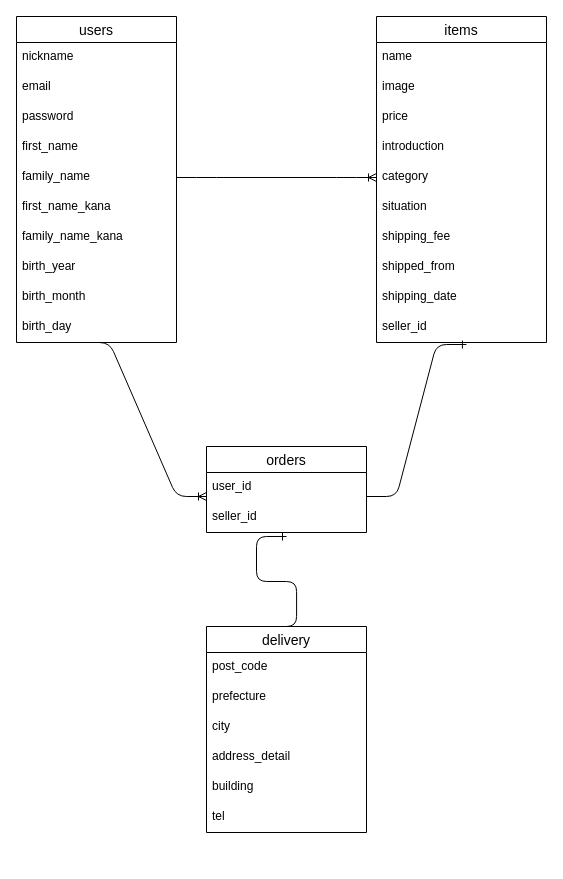
This is ER.dio from rokixiansheng/furima-41790, a draw.io file, before an edit. Source tidied: cells renumbered, new cells numbered last; positions are measured from the earlier drawing's top-left corner, leaving out a move shared by most shapes. Both pictures are drawn from the tidied source at 100%, with x=0, y=0 at pixel (16, 16).
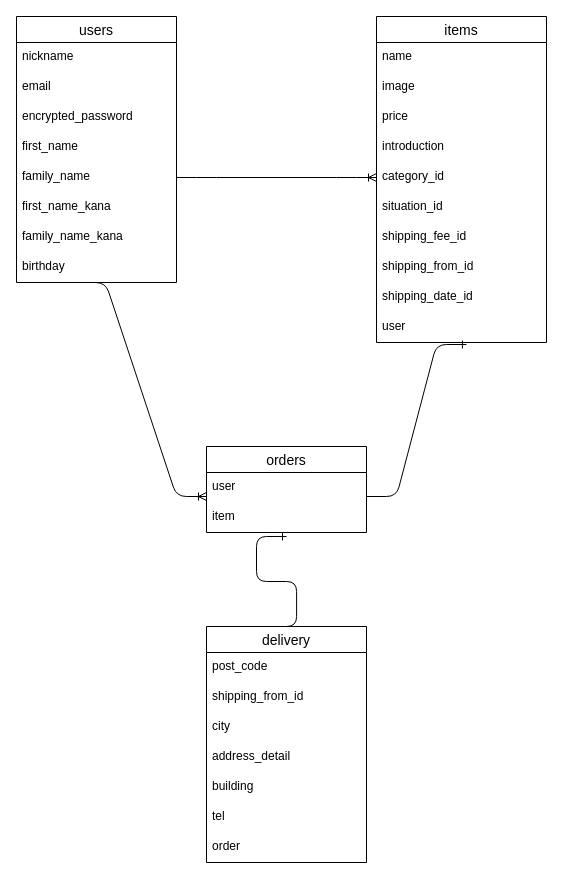
The same diagram, later.

Commit message (it also covers changes not shown here):
データベース設計③

The change refers to these unchanged cells:
```xml
<mxCell id="13" value="items" style="swimlane;fontStyle=0;horizontal=1;startSize=26;align=center;fontSize=14;" parent="1" vertex="1">
  <mxGeometry x="360" width="170" height="326" as="geometry" />
</mxCell>
<mxCell id="24" value="orders" style="swimlane;fontStyle=0;horizontal=1;startSize=26;align=center;fontSize=14;" parent="1" vertex="1">
  <mxGeometry x="190" y="430" width="160" height="86" as="geometry" />
</mxCell>
```

Change to the diagram source:
```diff
@@
     <mxCell id="2" value="users" style="swimlane;fontStyle=0;horizontal=1;startSize=26;align=center;fontSize=14;" parent="1" vertex="1">
-      <mxGeometry width="160" height="326" as="geometry" />
+      <mxGeometry width="160" height="266" as="geometry" />
     </mxCell>
@@
-    <mxCell id="5" value="password" style="text;strokeColor=none;fillColor=none;spacingLeft=4;spacingRight=4;overflow=hidden;fontSize=12;" parent="2" vertex="1">
-      <mxGeometry y="86" width="160" height="30" as="geometry" />
-    </mxCell>
+    <mxCell id="38" value="encrypted_password" style="text;strokeColor=none;fillColor=none;spacingLeft=4;spacingRight=4;overflow=hidden;fontSize=12;" parent="2" vertex="1">
+      <mxGeometry y="86" width="160" height="30" as="geometry" />
+    </mxCell>
@@
-    <mxCell id="10" value="birth_year" style="text;strokeColor=none;fillColor=none;spacingLeft=4;spacingRight=4;overflow=hidden;points=[[0,0.5],[1,0.5]];portConstraint=eastwest;fontSize=12;" parent="2" vertex="1">
+    <mxCell id="10" value="birthday" style="text;strokeColor=none;fillColor=none;spacingLeft=4;spacingRight=4;overflow=hidden;points=[[0,0.5],[1,0.5]];portConstraint=eastwest;fontSize=12;" parent="2" vertex="1">
       <mxGeometry y="236" width="160" height="30" as="geometry" />
     </mxCell>
-    <mxCell id="11" value="birth_month" style="text;strokeColor=none;fillColor=none;spacingLeft=4;spacingRight=4;overflow=hidden;fontSize=12;" parent="2" vertex="1">
-      <mxGeometry y="266" width="160" height="30" as="geometry" />
-    </mxCell>
-    <mxCell id="12" value="birth_day" style="text;strokeColor=none;fillColor=none;spacingLeft=4;spacingRight=4;overflow=hidden;points=[[0,0.5],[1,0.5]];portConstraint=eastwest;fontSize=12;" parent="2" vertex="1">
-      <mxGeometry y="296" width="160" height="30" as="geometry" />
-    </mxCell>
@@
-    <mxCell id="18" value="category" style="text;strokeColor=none;fillColor=none;spacingLeft=4;spacingRight=4;overflow=hidden;points=[[0,0.5],[1,0.5]];portConstraint=eastwest;fontSize=12;" parent="13" vertex="1">
+    <mxCell id="18" value="category_id" style="text;strokeColor=none;fillColor=none;spacingLeft=4;spacingRight=4;overflow=hidden;points=[[0,0.5],[1,0.5]];portConstraint=eastwest;fontSize=12;" parent="13" vertex="1">
       <mxGeometry y="146" width="170" height="30" as="geometry" />
     </mxCell>
-    <mxCell id="19" value="situation" style="text;strokeColor=none;fillColor=none;spacingLeft=4;spacingRight=4;overflow=hidden;fontSize=12;" parent="13" vertex="1">
+    <mxCell id="19" value="situation_id" style="text;strokeColor=none;fillColor=none;spacingLeft=4;spacingRight=4;overflow=hidden;fontSize=12;" parent="13" vertex="1">
       <mxGeometry y="176" width="170" height="30" as="geometry" />
     </mxCell>
-    <mxCell id="20" value="shipping_fee" style="text;strokeColor=none;fillColor=none;spacingLeft=4;spacingRight=4;overflow=hidden;fontSize=12;" parent="13" vertex="1">
+    <mxCell id="20" value="shipping_fee_id" style="text;strokeColor=none;fillColor=none;spacingLeft=4;spacingRight=4;overflow=hidden;fontSize=12;" parent="13" vertex="1">
       <mxGeometry y="206" width="170" height="30" as="geometry" />
     </mxCell>
-    <mxCell id="21" value="shipped_from" style="text;strokeColor=none;fillColor=none;spacingLeft=4;spacingRight=4;overflow=hidden;fontSize=12;" parent="13" vertex="1">
+    <mxCell id="21" value="shipping_from_id" style="text;strokeColor=none;fillColor=none;spacingLeft=4;spacingRight=4;overflow=hidden;fontSize=12;" parent="13" vertex="1">
       <mxGeometry y="236" width="170" height="30" as="geometry" />
     </mxCell>
-    <mxCell id="22" value="shipping_date" style="text;strokeColor=none;fillColor=none;spacingLeft=4;spacingRight=4;overflow=hidden;fontSize=12;" parent="13" vertex="1">
+    <mxCell id="22" value="shipping_date_id" style="text;strokeColor=none;fillColor=none;spacingLeft=4;spacingRight=4;overflow=hidden;fontSize=12;" parent="13" vertex="1">
       <mxGeometry y="266" width="170" height="30" as="geometry" />
     </mxCell>
-    <mxCell id="23" value="seller_id" style="text;strokeColor=none;fillColor=none;spacingLeft=4;spacingRight=4;overflow=hidden;points=[[0,0.5],[1,0.5]];portConstraint=eastwest;fontSize=12;" parent="13" vertex="1">
+    <mxCell id="23" value="user" style="text;strokeColor=none;fillColor=none;spacingLeft=4;spacingRight=4;overflow=hidden;points=[[0,0.5],[1,0.5]];portConstraint=eastwest;fontSize=12;" parent="13" vertex="1">
       <mxGeometry y="296" width="170" height="30" as="geometry" />
     </mxCell>
@@
-    <mxCell id="25" value="user_id" style="text;strokeColor=none;fillColor=none;spacingLeft=4;spacingRight=4;overflow=hidden;points=[[0,0.5],[1,0.5]];portConstraint=eastwest;fontSize=12;" parent="24" vertex="1">
+    <mxCell id="25" value="user" style="text;strokeColor=none;fillColor=none;spacingLeft=4;spacingRight=4;overflow=hidden;points=[[0,0.5],[1,0.5]];portConstraint=eastwest;fontSize=12;" parent="24" vertex="1">
       <mxGeometry y="26" width="160" height="30" as="geometry" />
     </mxCell>
-    <mxCell id="26" value="seller_id" style="text;strokeColor=none;fillColor=none;spacingLeft=4;spacingRight=4;overflow=hidden;points=[[0,0.5],[1,0.5]];portConstraint=eastwest;fontSize=12;" parent="24" vertex="1">
+    <mxCell id="26" value="item" style="text;strokeColor=none;fillColor=none;spacingLeft=4;spacingRight=4;overflow=hidden;points=[[0,0.5],[1,0.5]];portConstraint=eastwest;fontSize=12;" parent="24" vertex="1">
       <mxGeometry y="56" width="160" height="30" as="geometry" />
     </mxCell>
     <mxCell id="27" value="delivery" style="swimlane;fontStyle=0;horizontal=1;startSize=26;align=center;fontSize=14;" parent="1" vertex="1">
-      <mxGeometry x="190" y="610" width="160" height="206" as="geometry" />
+      <mxGeometry x="190" y="610" width="160" height="236" as="geometry" />
     </mxCell>
@@
-    <mxCell id="29" value="prefecture" style="text;strokeColor=none;fillColor=none;spacingLeft=4;spacingRight=4;overflow=hidden;fontSize=12;" parent="27" vertex="1">
+    <mxCell id="29" value="shipping_from_id" style="text;strokeColor=none;fillColor=none;spacingLeft=4;spacingRight=4;overflow=hidden;fontSize=12;" parent="27" vertex="1">
       <mxGeometry y="56" width="160" height="30" as="geometry" />
     </mxCell>
@@
+    <mxCell id="39" value="order" style="text;strokeColor=none;fillColor=none;spacingLeft=4;spacingRight=4;overflow=hidden;fontSize=12;" parent="27" vertex="1">
+      <mxGeometry y="206" width="160" height="30" as="geometry" />
+    </mxCell>
@@
-    <mxCell id="35" style="edgeStyle=entityRelationEdgeStyle;fontSize=12;html=1;endArrow=ERoneToMany;entryX=0;entryY=0.8;entryDx=0;entryDy=0;entryPerimeter=0;exitX=0.394;exitY=1;exitDx=0;exitDy=0;exitPerimeter=0;" parent="1" edge="1" source="12" target="25">
+    <mxCell id="35" style="edgeStyle=entityRelationEdgeStyle;fontSize=12;html=1;endArrow=ERoneToMany;entryX=0;entryY=0.8;entryDx=0;entryDy=0;entryPerimeter=0;exitX=0.369;exitY=1;exitDx=0;exitDy=0;exitPerimeter=0;" parent="1" edge="1" source="10" target="25">
       <mxGeometry relative="1" as="geometry" />
     </mxCell>
```
